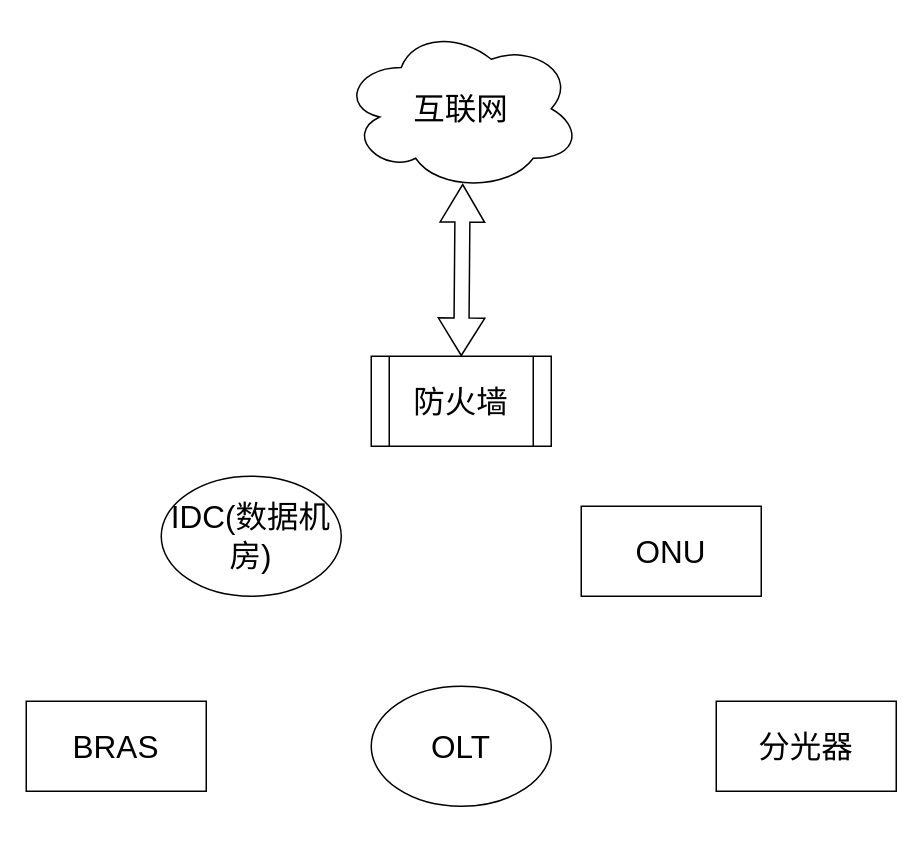
The draw.io diagram 未命名绘图.drawio in chenjh3061/hello-world, before the edit. Source tidied: cells renumbered, new cells numbered last; positions are measured from the earlier drawing's top-left corner, leaving out a move shared by most shapes. Both pictures are drawn from the tidied source at 150%, with x=0, y=0 at pixel (26, 26).
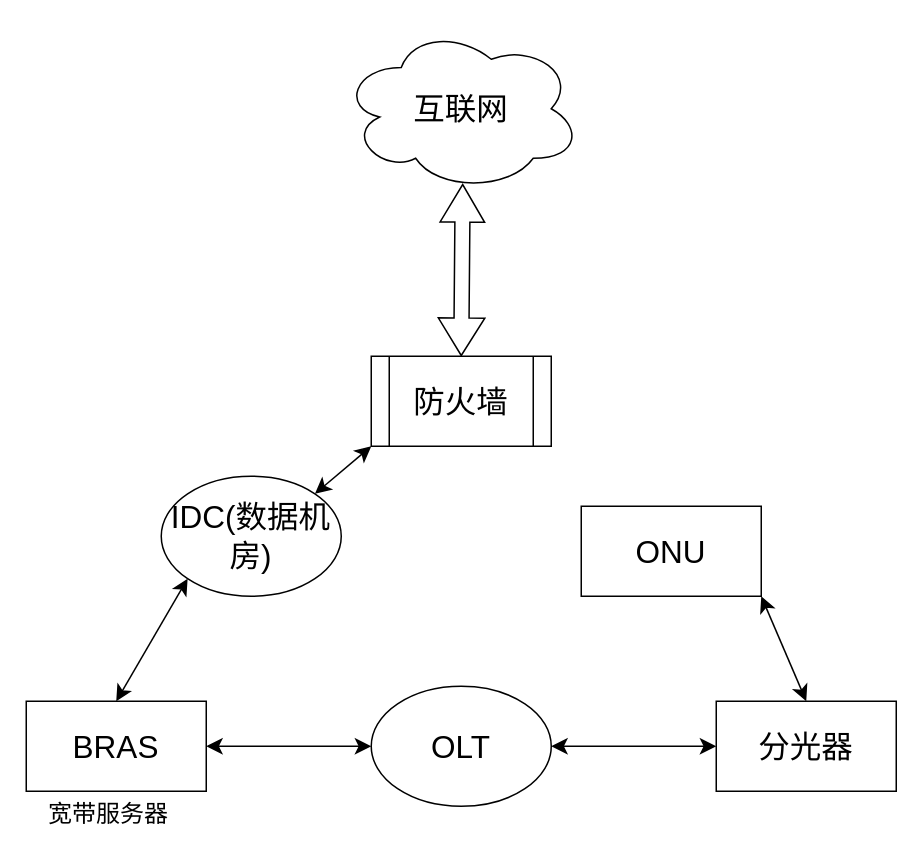
After the change.

Commit message:
更新未命名绘图.drawio

Change to the diagram source:
```diff
@@
 <mxGraphModel>
   <root>
     <mxCell id="0" />
     <mxCell id="1" parent="0" />
     <mxCell id="2" value="互联网" style="ellipse;shape=cloud;whiteSpace=wrap;html=1;fontSize=21;" parent="1" vertex="1">
       <mxGeometry x="210" width="160" height="110" as="geometry" />
     </mxCell>
     <mxCell id="3" value="防火墙" style="shape=process;whiteSpace=wrap;html=1;backgroundOutline=1;fontSize=21;" parent="1" vertex="1">
       <mxGeometry x="230" y="220" width="120" height="60" as="geometry" />
     </mxCell>
     <mxCell id="4" value="BRAS" style="rounded=0;whiteSpace=wrap;html=1;fontSize=21;" parent="1" vertex="1">
       <mxGeometry y="450" width="120" height="60" as="geometry" />
     </mxCell>
     <mxCell id="5" value="IDC(数据机房)" style="ellipse;whiteSpace=wrap;html=1;fontSize=21;" parent="1" vertex="1">
       <mxGeometry x="90" y="300" width="120" height="80" as="geometry" />
     </mxCell>
     <mxCell id="6" value="OLT" style="ellipse;whiteSpace=wrap;html=1;fontSize=21;" parent="1" vertex="1">
       <mxGeometry x="230" y="440" width="120" height="80" as="geometry" />
     </mxCell>
     <mxCell id="7" value="分光器" style="rounded=0;whiteSpace=wrap;html=1;fontSize=21;" parent="1" vertex="1">
       <mxGeometry x="460" y="450" width="120" height="60" as="geometry" />
     </mxCell>
     <mxCell id="8" value="ONU" style="rounded=0;whiteSpace=wrap;html=1;fontSize=21;" parent="1" vertex="1">
       <mxGeometry x="370" y="320" width="120" height="60" as="geometry" />
     </mxCell>
     <mxCell id="9" style="shape=flexArrow;endArrow=classic;startArrow=classic;html=1;rounded=0;fontSize=12;startSize=8;endSize=8;curved=1;entryX=0.506;entryY=0.955;entryDx=0;entryDy=0;entryPerimeter=0;exitX=0.5;exitY=0;exitDx=0;exitDy=0;endWidth=18.666666666666668;" parent="1" edge="1" source="3" target="2">
       <mxGeometry relative="1" as="geometry" />
     </mxCell>
+    <mxCell id="10" value="宽带服务器" style="text;html=1;whiteSpace=wrap;strokeColor=none;fillColor=none;align=center;verticalAlign=middle;rounded=0;fontSize=16;" parent="1" vertex="1">
+      <mxGeometry y="510" width="110" height="30" as="geometry" />
+    </mxCell>
+    <mxCell id="11" style="endArrow=classic;startArrow=classic;html=1;rounded=0;fontSize=12;startSize=8;endSize=8;curved=1;exitX=1;exitY=0;exitDx=0;exitDy=0;entryX=0;entryY=1;entryDx=0;entryDy=0;" parent="1" edge="1" source="5" target="3">
+      <mxGeometry relative="1" as="geometry" />
+    </mxCell>
+    <mxCell id="12" style="endArrow=classic;startArrow=classic;html=1;rounded=0;fontSize=12;startSize=8;endSize=8;curved=1;exitX=1;exitY=0.5;exitDx=0;exitDy=0;entryX=0;entryY=0.5;entryDx=0;entryDy=0;" parent="1" edge="1" source="6" target="7">
+      <mxGeometry relative="1" as="geometry" />
+    </mxCell>
+    <mxCell id="13" style="endArrow=classic;startArrow=classic;html=1;rounded=0;fontSize=12;startSize=8;endSize=8;curved=1;entryX=0;entryY=0.5;entryDx=0;entryDy=0;exitX=1;exitY=0.5;exitDx=0;exitDy=0;" parent="1" edge="1" source="4" target="6">
+      <mxGeometry relative="1" as="geometry" />
+    </mxCell>
+    <mxCell id="14" style="endArrow=classic;startArrow=classic;html=1;rounded=0;fontSize=12;startSize=8;endSize=8;curved=1;exitX=0.5;exitY=0;exitDx=0;exitDy=0;entryX=0;entryY=1;entryDx=0;entryDy=0;" parent="1" edge="1" source="4" target="5">
+      <mxGeometry relative="1" as="geometry" />
+    </mxCell>
+    <mxCell id="15" style="endArrow=classic;startArrow=classic;html=1;rounded=0;fontSize=12;startSize=8;endSize=8;curved=1;exitX=0.5;exitY=0;exitDx=0;exitDy=0;entryX=1;entryY=1;entryDx=0;entryDy=0;" parent="1" edge="1" source="7" target="8">
+      <mxGeometry relative="1" as="geometry" />
+    </mxCell>
   </root>
 </mxGraphModel>
```
